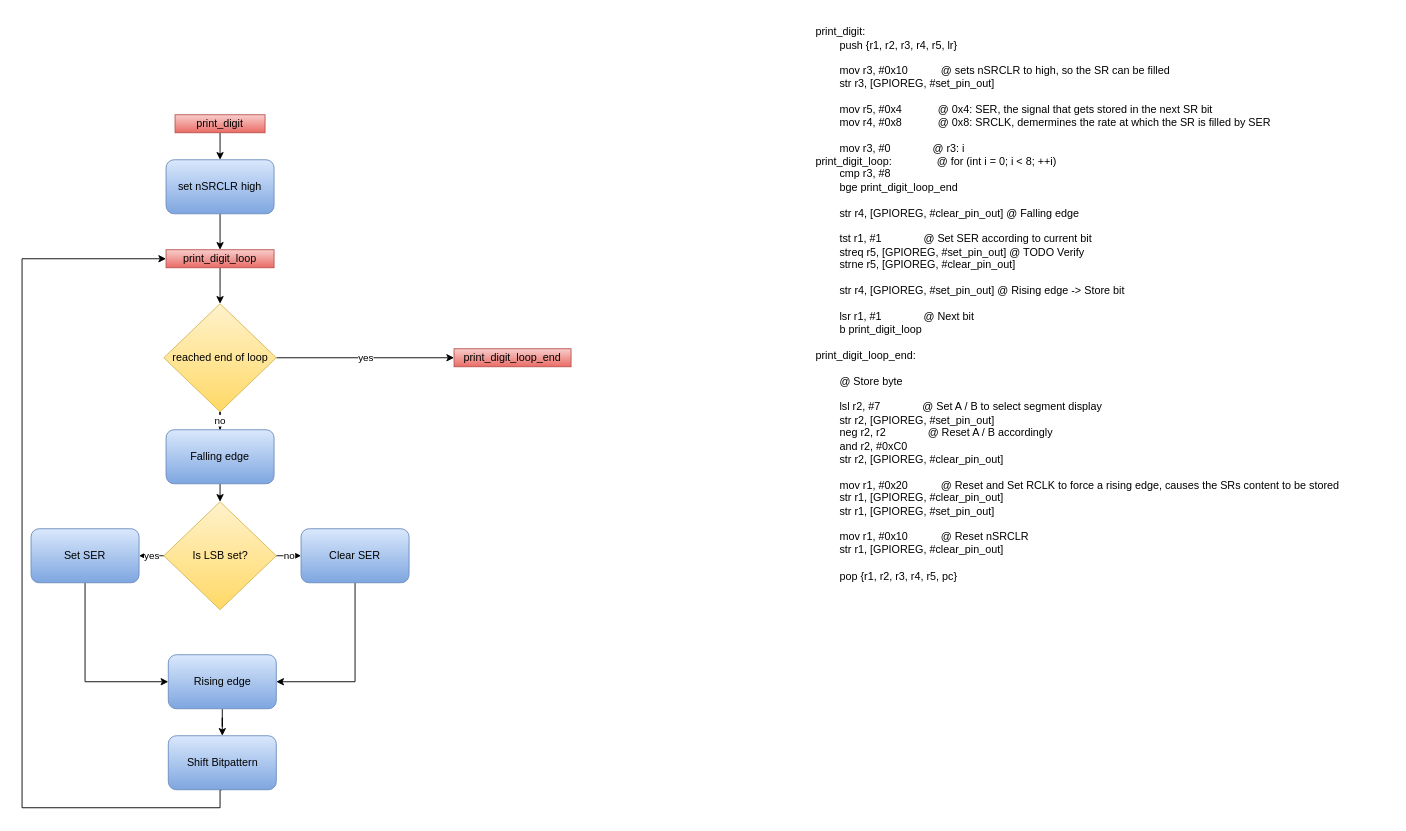
Above: diagrams/Programmablauf_print_digit.drawio in DerToaster98/SysProgTIT18 (draw.io), before the change. Source tidied: cells renumbered, new cells numbered last; positions are measured from the earlier drawing's top-left corner, leaving out a move shared by most shapes. Both pictures are drawn from the tidied source at 90%, with x=0, y=0 at pixel (22, 15).
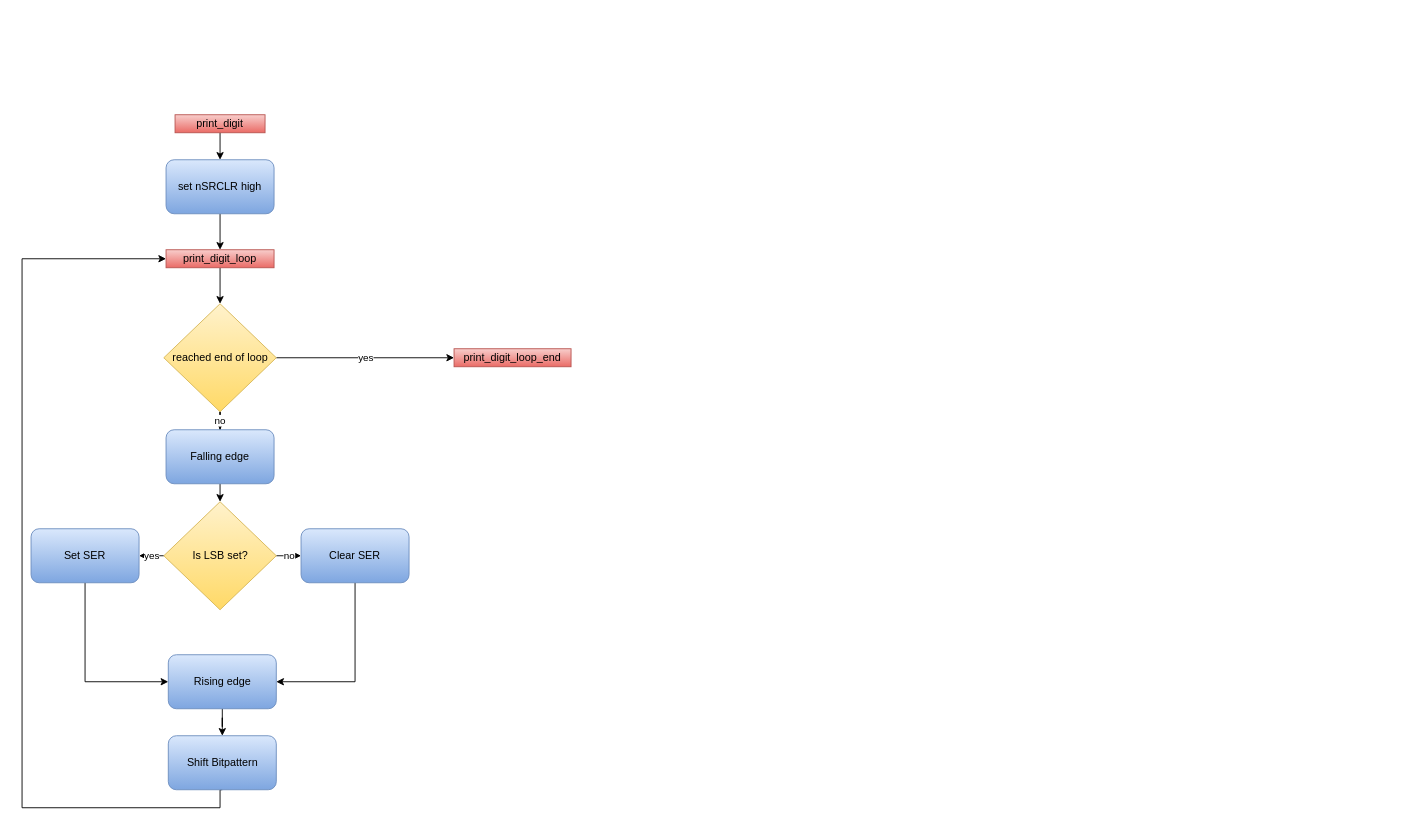
The same diagram, later.

The edit, as a diff of the source:
```diff
@@
-    <mxCell id="2" value="&lt;div&gt;print_digit:&lt;/div&gt;&lt;div&gt;&amp;nbsp; &amp;nbsp; &amp;nbsp; &amp;nbsp; push {r1, r2, r3, r4, r5, lr}&lt;/div&gt;&lt;div&gt;&lt;br&gt;&lt;/div&gt;&lt;div&gt;&amp;nbsp; &amp;nbsp; &amp;nbsp; &amp;nbsp; mov r3, #0x10&amp;nbsp; &amp;nbsp; &amp;nbsp; &amp;nbsp; &amp;nbsp; &amp;nbsp;@ sets nSRCLR to high, so the SR can be filled&lt;/div&gt;&lt;div&gt;&amp;nbsp; &amp;nbsp; &amp;nbsp; &amp;nbsp; str r3, [GPIOREG, #set_pin_out]&lt;/div&gt;&lt;div&gt;&lt;br&gt;&lt;/div&gt;&lt;div&gt;&amp;nbsp; &amp;nbsp; &amp;nbsp; &amp;nbsp; mov r5, #0x4&amp;nbsp; &amp;nbsp; &amp;nbsp; &amp;nbsp; &amp;nbsp; &amp;nbsp; @ 0x4: SER, the signal that gets stored in the next SR bit&lt;/div&gt;&lt;div&gt;&amp;nbsp; &amp;nbsp; &amp;nbsp; &amp;nbsp; mov r4, #0x8&amp;nbsp; &amp;nbsp; &amp;nbsp; &amp;nbsp; &amp;nbsp; &amp;nbsp; @ 0x8: SRCLK, demermines the rate at which the SR is filled by SER&lt;/div&gt;&lt;div&gt;&lt;br&gt;&lt;/div&gt;&lt;div&gt;&amp;nbsp; &amp;nbsp; &amp;nbsp; &amp;nbsp; mov r3, #0&amp;nbsp; &amp;nbsp; &amp;nbsp; &amp;nbsp; &amp;nbsp; &amp;nbsp; &amp;nbsp; @ r3: i&lt;/div&gt;&lt;div&gt;print_digit_loop:&amp;nbsp; &amp;nbsp; &amp;nbsp; &amp;nbsp; &amp;nbsp; &amp;nbsp; &amp;nbsp; &amp;nbsp;@ for (int i = 0; i &amp;lt; 8; ++i)&lt;/div&gt;&lt;div&gt;&amp;nbsp; &amp;nbsp; &amp;nbsp; &amp;nbsp; cmp r3, #8&lt;/div&gt;&lt;div&gt;&amp;nbsp; &amp;nbsp; &amp;nbsp; &amp;nbsp; bge print_digit_loop_end&lt;/div&gt;&lt;div&gt;&lt;br&gt;&lt;/div&gt;&lt;div&gt;&amp;nbsp; &amp;nbsp; &amp;nbsp; &amp;nbsp; str r4, [GPIOREG, #clear_pin_out] @ Falling edge&lt;/div&gt;&lt;div&gt;&lt;br&gt;&lt;/div&gt;&lt;div&gt;&amp;nbsp; &amp;nbsp; &amp;nbsp; &amp;nbsp; tst r1, #1&amp;nbsp; &amp;nbsp; &amp;nbsp; &amp;nbsp; &amp;nbsp; &amp;nbsp; &amp;nbsp; @ Set SER according to current bit&lt;/div&gt;&lt;div&gt;&amp;nbsp; &amp;nbsp; &amp;nbsp; &amp;nbsp; streq r5, [GPIOREG, #set_pin_out] @ TODO Verify&lt;/div&gt;&lt;div&gt;&amp;nbsp; &amp;nbsp; &amp;nbsp; &amp;nbsp; strne r5, [GPIOREG, #clear_pin_out]&lt;/div&gt;&lt;div&gt;&lt;br&gt;&lt;/div&gt;&lt;div&gt;&amp;nbsp; &amp;nbsp; &amp;nbsp; &amp;nbsp; str r4, [GPIOREG, #set_pin_out] @ Rising edge -&amp;gt; Store bit&lt;/div&gt;&lt;div&gt;&lt;br&gt;&lt;/div&gt;&lt;div&gt;&amp;nbsp; &amp;nbsp; &amp;nbsp; &amp;nbsp; lsr r1, #1&amp;nbsp; &amp;nbsp; &amp;nbsp; &amp;nbsp; &amp;nbsp; &amp;nbsp; &amp;nbsp; @ Next bit&lt;/div&gt;&lt;div&gt;&amp;nbsp; &amp;nbsp; &amp;nbsp; &amp;nbsp; b print_digit_loop&lt;/div&gt;&lt;div&gt;&lt;br&gt;&lt;/div&gt;&lt;div&gt;print_digit_loop_end:&lt;/div&gt;&lt;div&gt;&lt;br&gt;&lt;/div&gt;&lt;div&gt;&amp;nbsp; &amp;nbsp; &amp;nbsp; &amp;nbsp; @ Store byte&lt;/div&gt;&lt;div&gt;&lt;br&gt;&lt;/div&gt;&lt;div&gt;&amp;nbsp; &amp;nbsp; &amp;nbsp; &amp;nbsp; lsl r2, #7&amp;nbsp; &amp;nbsp; &amp;nbsp; &amp;nbsp; &amp;nbsp; &amp;nbsp; &amp;nbsp; @ Set A / B to select segment display&lt;/div&gt;&lt;div&gt;&amp;nbsp; &amp;nbsp; &amp;nbsp; &amp;nbsp; str r2, [GPIOREG, #set_pin_out]&lt;/div&gt;&lt;div&gt;&amp;nbsp; &amp;nbsp; &amp;nbsp; &amp;nbsp; neg r2, r2&amp;nbsp; &amp;nbsp; &amp;nbsp; &amp;nbsp; &amp;nbsp; &amp;nbsp; &amp;nbsp; @ Reset A / B accordingly&lt;/div&gt;&lt;div&gt;&amp;nbsp; &amp;nbsp; &amp;nbsp; &amp;nbsp; and r2, #0xC0&lt;/div&gt;&lt;div&gt;&amp;nbsp; &amp;nbsp; &amp;nbsp; &amp;nbsp; str r2, [GPIOREG, #clear_pin_out]&lt;/div&gt;&lt;div&gt;&lt;br&gt;&lt;/div&gt;&lt;div&gt;&amp;nbsp; &amp;nbsp; &amp;nbsp; &amp;nbsp; mov r1, #0x20&amp;nbsp; &amp;nbsp; &amp;nbsp; &amp;nbsp; &amp;nbsp; &amp;nbsp;@ Reset and Set RCLK to force a rising edge, causes the SRs content to be stored&lt;/div&gt;&lt;div&gt;&amp;nbsp; &amp;nbsp; &amp;nbsp; &amp;nbsp; str r1, [GPIOREG, #clear_pin_out]&lt;/div&gt;&lt;div&gt;&amp;nbsp; &amp;nbsp; &amp;nbsp; &amp;nbsp; str r1, [GPIOREG, #set_pin_out]&lt;/div&gt;&lt;div&gt;&lt;br&gt;&lt;/div&gt;&lt;div&gt;&amp;nbsp; &amp;nbsp; &amp;nbsp; &amp;nbsp; mov r1, #0x10&amp;nbsp; &amp;nbsp; &amp;nbsp; &amp;nbsp; &amp;nbsp; &amp;nbsp;@ Reset nSRCLR&lt;/div&gt;&lt;div&gt;&amp;nbsp; &amp;nbsp; &amp;nbsp; &amp;nbsp; str r1, [GPIOREG, #clear_pin_out]&lt;/div&gt;&lt;div&gt;&lt;br&gt;&lt;/div&gt;&lt;div&gt;&amp;nbsp; &amp;nbsp; &amp;nbsp; &amp;nbsp; pop {r1, r2, r3, r4, r5, pc}&lt;/div&gt;" style="text;html=1;strokeColor=none;fillColor=none;align=left;verticalAlign=middle;whiteSpace=wrap;rounded=0;" parent="1" vertex="1">
-      <mxGeometry x="880" width="640" height="640" as="geometry" />
-    </mxCell>
```
